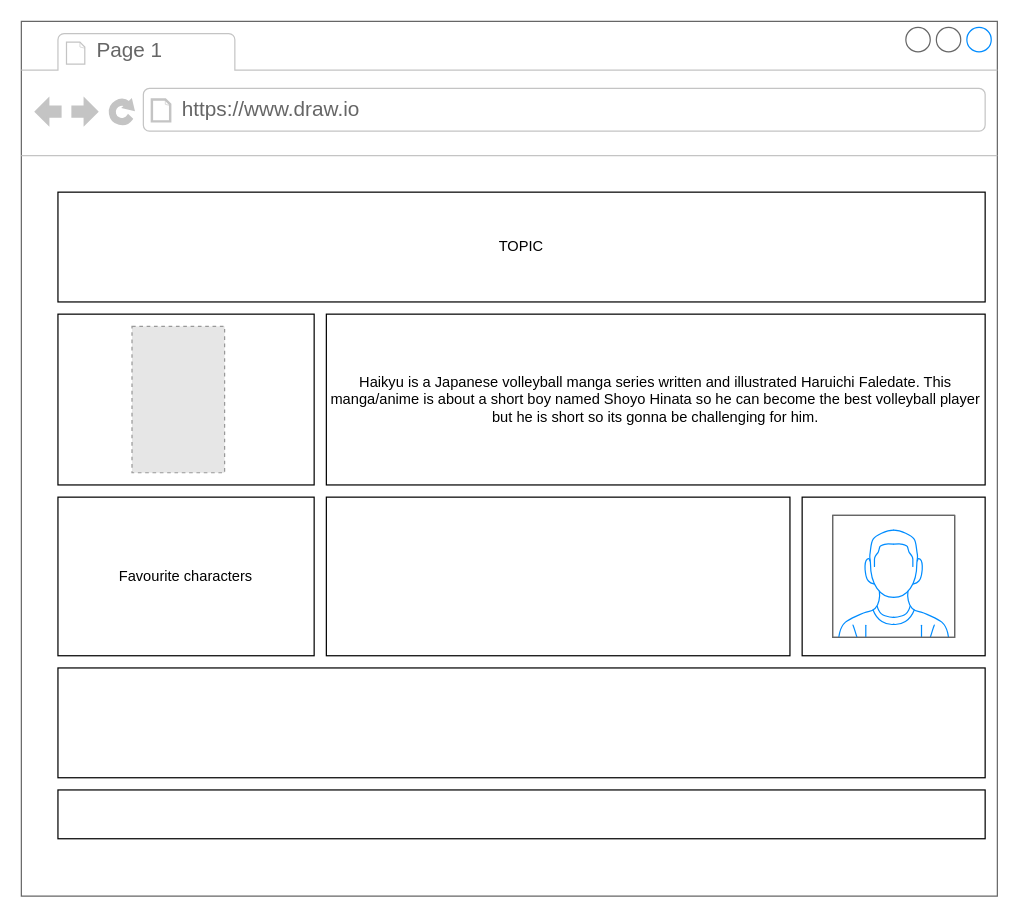
The draw.io diagram Wireframe.drawio in ASDAH-Digtal/18734-elisha-tol, before the edit. Source tidied: cells renumbered, new cells numbered last; positions are measured from the earlier drawing's top-left corner, leaving out a move shared by most shapes. Both pictures are drawn from the tidied source at 122%, with x=0, y=0 at pixel (21, 21). Pictures stored in the file or linked from it are replaced by grey dashed boxes.
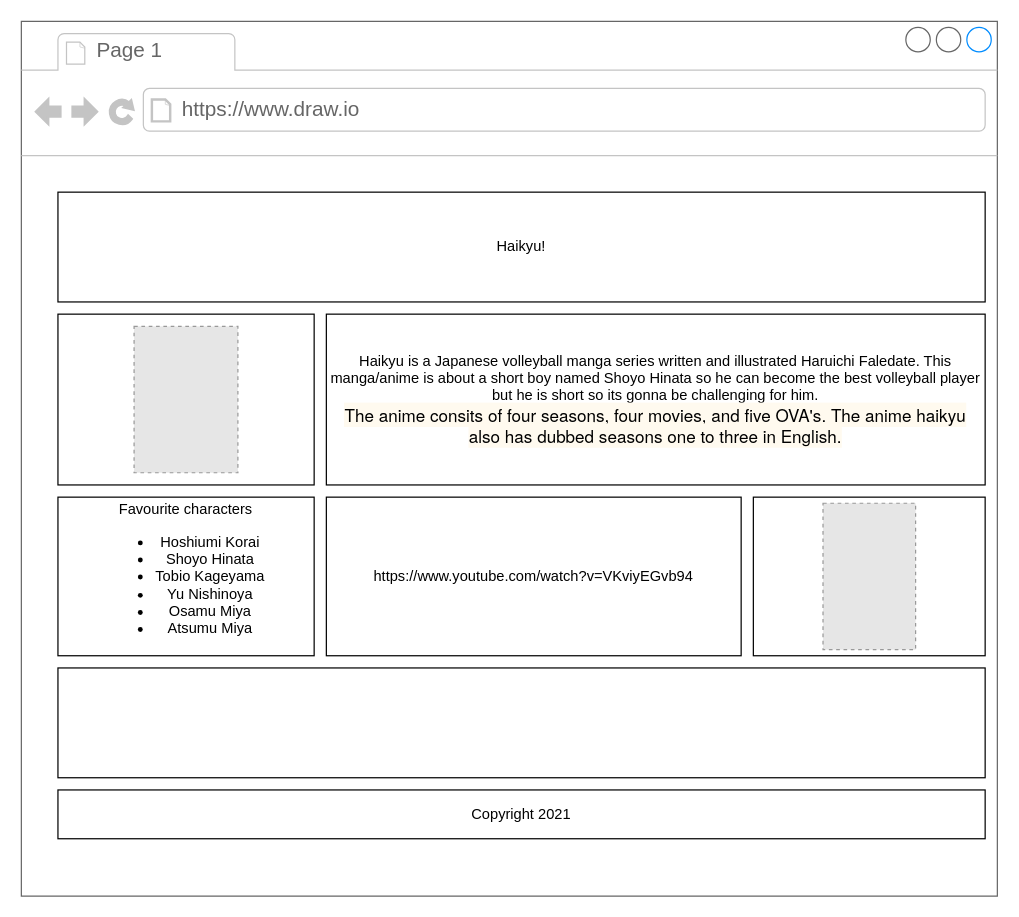
After the change.

The edit, as a diff of the source:
```diff
@@
 <mxGraphModel>
   <root>
     <mxCell id="0" />
     <mxCell id="1" parent="0" />
     <mxCell id="2" style="strokeWidth=1;shadow=0;dashed=0;align=center;html=1;shape=mxgraph.mockup.containers.browserWindow;rSize=0;strokeColor=#666666;strokeColor2=#008cff;strokeColor3=#c4c4c4;mainText=,;" parent="1" vertex="1">
       <mxGeometry width="800" height="717" as="geometry" />
     </mxCell>
     <mxCell id="3" value="Page 1" style="strokeWidth=1;shadow=0;dashed=0;align=center;html=1;shape=mxgraph.mockup.containers.anchor;fontSize=17;fontColor=#666666;align=left;" parent="2" vertex="1">
       <mxGeometry x="60" y="12" width="110" height="26" as="geometry" />
     </mxCell>
     <mxCell id="4" value="https://www.draw.io" style="strokeWidth=1;shadow=0;dashed=0;align=center;html=1;shape=mxgraph.mockup.containers.anchor;rSize=0;fontSize=17;fontColor=#666666;align=left;" parent="2" vertex="1">
       <mxGeometry x="130" y="60" width="250" height="26" as="geometry" />
     </mxCell>
-    <mxCell id="5" value="TOPIC" style="rounded=0;whiteSpace=wrap;html=1;" parent="2" vertex="1">
+    <mxCell id="5" value="Haikyu!" style="rounded=0;whiteSpace=wrap;html=1;" parent="2" vertex="1">
       <mxGeometry x="30" y="140" width="760" height="90" as="geometry" />
     </mxCell>
     <mxCell id="6" style="rounded=0;whiteSpace=wrap;html=1;" parent="2" vertex="1">
       <mxGeometry x="30" y="240" width="210" height="140" as="geometry" />
     </mxCell>
-    <mxCell id="7" value="Haikyu is a Japanese volleyball manga series written and illustrated Haruichi Faledate. This manga/anime is about a short boy named Shoyo Hinata so he can become the best volleyball player but he is short so its gonna be challenging for him.&lt;br&gt;" style="rounded=0;whiteSpace=wrap;html=1;" parent="2" vertex="1">
+    <mxCell id="7" value="Haikyu is a Japanese volleyball manga series written and illustrated Haruichi Faledate. This manga/anime is about a short boy named Shoyo Hinata so he can become the best volleyball player but he is short so its gonna be challenging for him.&lt;br&gt;&lt;span style=&quot;font-family: &amp;#34;helvetica neue&amp;#34; , &amp;#34;helvetica&amp;#34; , &amp;#34;arial&amp;#34; , sans-serif ; font-size: 14px ; background-color: rgb(255 , 250 , 239)&quot;&gt;The anime consits of four seasons, four movies, and five OVA's. The anime haikyu also&amp;nbsp;&lt;/span&gt;&lt;span style=&quot;font-family: &amp;#34;helvetica neue&amp;#34; , &amp;#34;helvetica&amp;#34; , &amp;#34;arial&amp;#34; , sans-serif ; font-size: 14px ; background-color: rgb(255 , 250 , 239)&quot;&gt;has dubbed seasons one to three in English&lt;/span&gt;&lt;span style=&quot;font-family: &amp;#34;helvetica neue&amp;#34; , &amp;#34;helvetica&amp;#34; , &amp;#34;arial&amp;#34; , sans-serif ; font-size: 14px ; background-color: rgb(255 , 250 , 239)&quot;&gt;.&lt;/span&gt;" style="rounded=0;whiteSpace=wrap;html=1;" parent="2" vertex="1">
       <mxGeometry x="250" y="240" width="540" height="140" as="geometry" />
     </mxCell>
-    <mxCell id="8" value="Favourite characters" style="rounded=0;whiteSpace=wrap;html=1;" parent="2" vertex="1">
+    <mxCell id="8" value="Favourite characters&lt;br&gt;&lt;ul&gt;&lt;li&gt;Hoshiumi Korai&lt;/li&gt;&lt;li&gt;Shoyo Hinata&lt;/li&gt;&lt;li&gt;Tobio Kageyama&lt;/li&gt;&lt;li&gt;Yu Nishinoya&lt;/li&gt;&lt;li&gt;Osamu Miya&lt;/li&gt;&lt;li&gt;Atsumu Miya&lt;/li&gt;&lt;/ul&gt;" style="rounded=0;whiteSpace=wrap;html=1;" parent="2" vertex="1">
       <mxGeometry x="30" y="390" width="210" height="130" as="geometry" />
     </mxCell>
-    <mxCell id="9" style="rounded=0;whiteSpace=wrap;html=1;" parent="2" vertex="1">
-      <mxGeometry x="250" y="390" width="380" height="130" as="geometry" />
+    <mxCell id="9" value="https://www.youtube.com/watch?v=VKviyEGvb94" style="rounded=0;whiteSpace=wrap;html=1;" parent="2" vertex="1">
+      <mxGeometry x="250" y="390" width="340" height="130" as="geometry" />
     </mxCell>
     <mxCell id="10" style="rounded=0;whiteSpace=wrap;html=1;" parent="2" vertex="1">
-      <mxGeometry x="640" y="390" width="150" height="130" as="geometry" />
+      <mxGeometry x="600" y="390" width="190" height="130" as="geometry" />
     </mxCell>
     <mxCell id="11" style="rounded=0;whiteSpace=wrap;html=1;" parent="2" vertex="1">
       <mxGeometry x="30" y="530" width="760" height="90" as="geometry" />
     </mxCell>
-    <mxCell id="12" style="rounded=0;whiteSpace=wrap;html=1;" parent="2" vertex="1">
+    <mxCell id="12" value="Copyright 2021" style="rounded=0;whiteSpace=wrap;html=1;" parent="2" vertex="1">
       <mxGeometry x="30" y="630" width="760" height="40" as="geometry" />
     </mxCell>
-    <mxCell id="13" style="verticalLabelPosition=bottom;shadow=0;dashed=0;align=center;html=1;verticalAlign=top;strokeWidth=1;shape=mxgraph.mockup.containers.userMale;strokeColor=#666666;strokeColor2=#008cff;" parent="2" vertex="1">
-      <mxGeometry x="665" y="405" width="100" height="100" as="geometry" />
-    </mxCell>
     <mxCell id="14" style="fillColor=#E6E6E6;strokeColor=#999999;dashed=1;verticalLabelPosition=bottom;labelBackgroundColor=#ffffff;verticalAlign=top;" parent="2" vertex="1">
-      <mxGeometry x="90.7" y="250" width="75.9" height="120" as="geometry" />
+      <mxGeometry x="657.1" y="395" width="75.9" height="120" as="geometry" />
     </mxCell>
+    <mxCell id="15" style="fillColor=#E6E6E6;strokeColor=#999999;dashed=1;verticalLabelPosition=bottom;labelBackgroundColor=#ffffff;verticalAlign=top;" parent="2" vertex="1">
+      <mxGeometry x="92.4" y="250" width="85.1" height="120" as="geometry" />
+    </mxCell>
   </root>
 </mxGraphModel>
```
